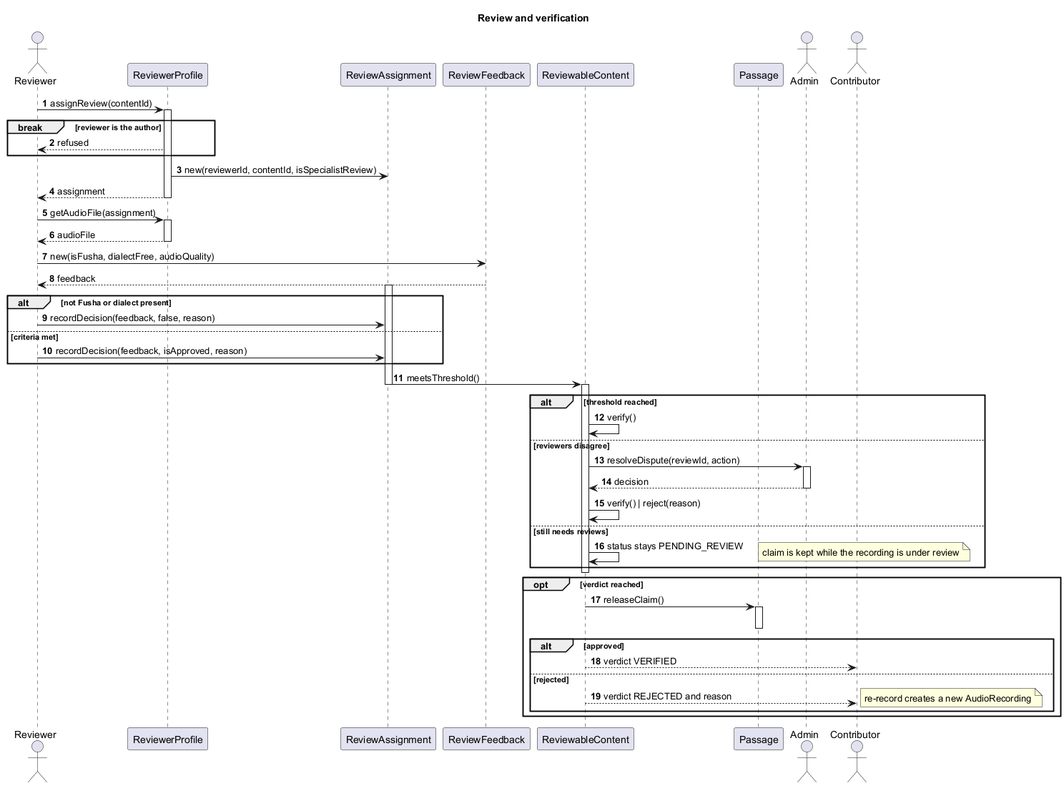
Above: h_seq2_review_verdict.png in iAbdulrrahman/asghi-diagrams (PlantUML), before the change.
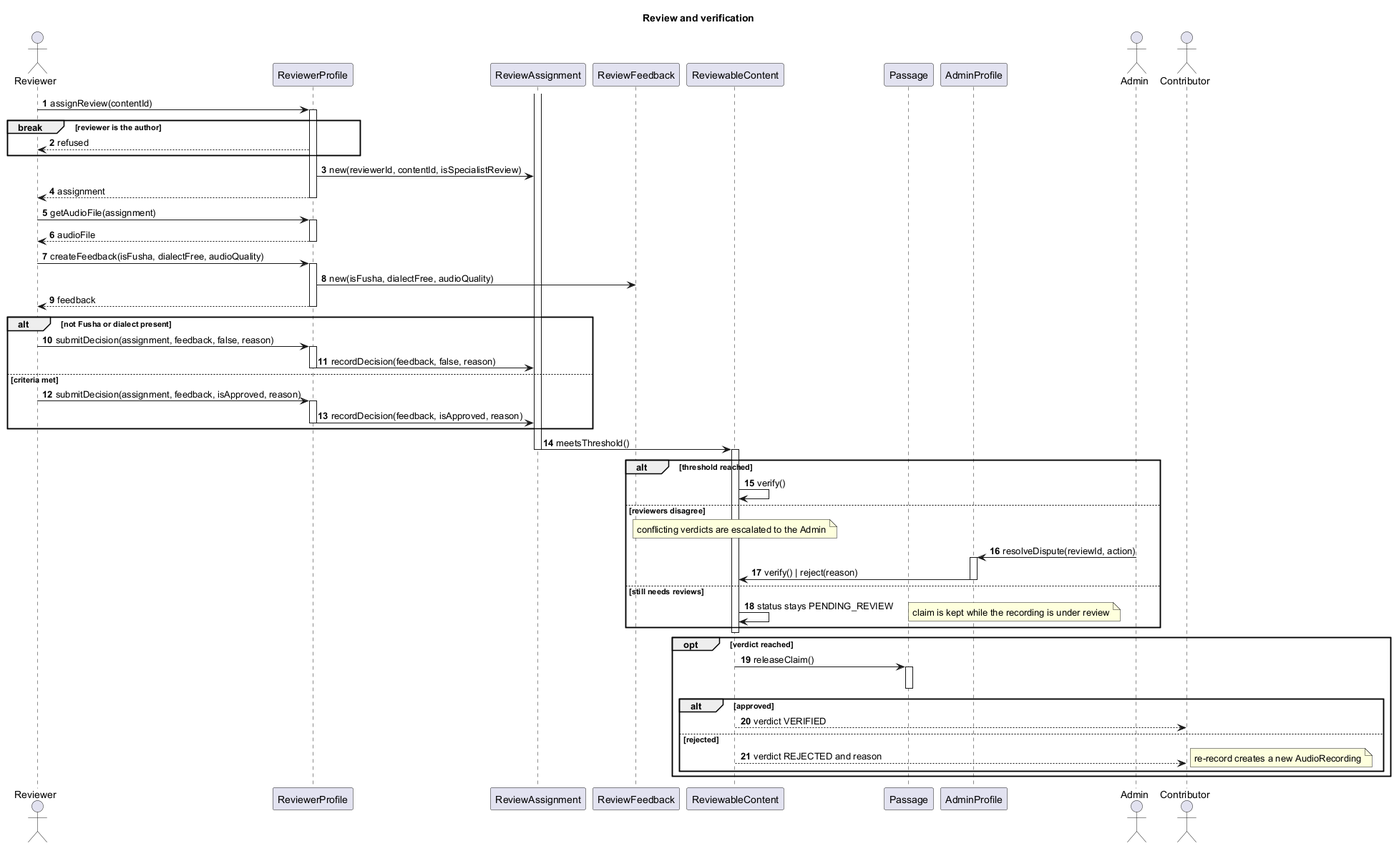
The same file after the commit.

Diff of the diagram source:
```diff
@@ -8,6 +8,7 @@
 participant "ReviewFeedback" as RF
 participant "ReviewableContent" as C
 participant "Passage" as P
+participant "AdminProfile" as AP
 actor Admin as ADM
 actor Contributor as CON
 
@@ -27,16 +28,25 @@
 RP --> REV : audioFile
 deactivate RP
 
-REV -> RF : new(isFusha, dialectFree, audioQuality)
-RF --> REV : feedback
+REV -> RP : createFeedback(isFusha, dialectFree, audioQuality)
+activate RP
+RP -> RF : new(isFusha, dialectFree, audioQuality)
+RP --> REV : feedback
+deactivate RP
+
+alt not Fusha or dialect present
+    REV -> RP : submitDecision(assignment, feedback, false, reason)
+    activate RP
+    RP -> RA : recordDecision(feedback, false, reason)
+    deactivate RP
+else criteria met
+    REV -> RP : submitDecision(assignment, feedback, isApproved, reason)
+    activate RP
+    RP -> RA : recordDecision(feedback, isApproved, reason)
+    deactivate RP
+end
 
 activate RA
-alt not Fusha or dialect present
-    REV -> RA : recordDecision(feedback, false, reason)
-else criteria met
-    REV -> RA : recordDecision(feedback, isApproved, reason)
-end
-
 RA -> C : meetsThreshold()
 deactivate RA
 activate C
@@ -44,11 +54,11 @@
 alt threshold reached
     C -> C : verify()
 else reviewers disagree
-    C -> ADM : resolveDispute(reviewId, action)
-    activate ADM
-    ADM --> C : decision
-    deactivate ADM
-    C -> C : verify() | reject(reason)
+    note over C : conflicting verdicts are escalated to the Admin
+    ADM -> AP : resolveDispute(reviewId, action)
+    activate AP
+    AP -> C : verify() | reject(reason)
+    deactivate AP
 else still needs reviews
     C -> C : status stays PENDING_REVIEW
     note right : claim is kept while the recording is under review
```
